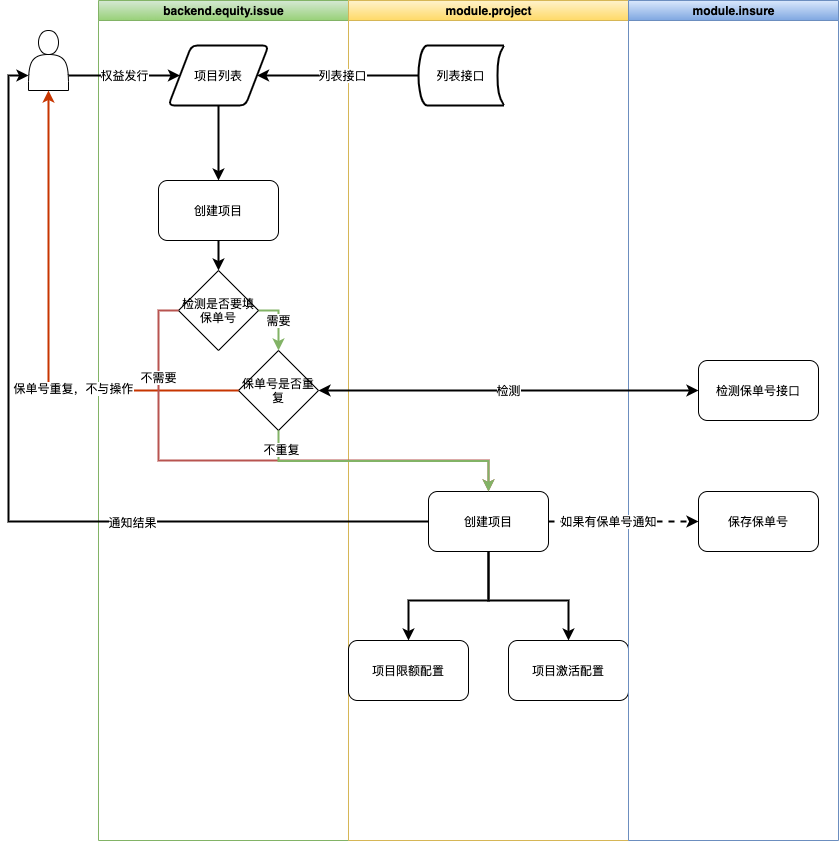
Before: 发行.png, a diagram exported from draw.io (zuoqiang320/uniondrug). Source tidied: cells renumbered, new cells last; positions are measured from the earlier drawing's top-left corner, leaving out a move shared by most shapes. Source of this version:
```xml
<mxGraphModel>
  <root>
    <mxCell id="0" />
    <mxCell id="1" parent="0" />
    <mxCell id="2" value="backend.equity.issue" style="swimlane;startSize=20;html=1;fillColor=#d5e8d4;strokeColor=#82b366;gradientColor=#97d077;" parent="1" vertex="1">
      <mxGeometry x="70" width="250" height="840" as="geometry" />
    </mxCell>
    <mxCell id="3" style="edgeStyle=orthogonalEdgeStyle;rounded=0;jettySize=auto;html=1;exitX=0.5;exitY=1;exitDx=0;exitDy=0;entryX=0.5;entryY=0;entryDx=0;entryDy=0;startSize=20;strokeWidth=2;" parent="2" edge="1" source="4" target="6">
      <mxGeometry relative="1" as="geometry" />
    </mxCell>
    <mxCell id="4" value="项目列表" style="shape=parallelogram;html=1;strokeWidth=2;perimeter=parallelogramPerimeter;whiteSpace=wrap;rounded=1;arcSize=12;size=0.23;startSize=20;" parent="2" vertex="1">
      <mxGeometry x="70" y="45" width="100" height="60" as="geometry" />
    </mxCell>
    <mxCell id="5" style="edgeStyle=orthogonalEdgeStyle;rounded=0;jettySize=auto;html=1;exitX=0.5;exitY=1;exitDx=0;exitDy=0;startSize=20;strokeWidth=2;" parent="2" edge="1" source="6" target="8">
      <mxGeometry relative="1" as="geometry" />
    </mxCell>
    <mxCell id="6" value="创建项目" style="rounded=1;whiteSpace=wrap;html=1;startSize=20;" parent="2" vertex="1">
      <mxGeometry x="60" y="180" width="120" height="60" as="geometry" />
    </mxCell>
    <mxCell id="7" value="需要" style="edgeStyle=orthogonalEdgeStyle;rounded=0;jettySize=auto;html=1;exitX=1;exitY=0.5;exitDx=0;exitDy=0;entryX=0.5;entryY=0;entryDx=0;entryDy=0;startSize=20;strokeWidth=2;fillColor=#d5e8d4;strokeColor=#82b366;" parent="2" edge="1" source="8" target="9">
      <mxGeometry relative="1" as="geometry" />
    </mxCell>
    <mxCell id="8" value="检测是否要填保单号" style="rhombus;whiteSpace=wrap;html=1;startSize=20;" parent="2" vertex="1">
      <mxGeometry x="80" y="270" width="80" height="80" as="geometry" />
    </mxCell>
    <mxCell id="9" value="保单号是否重复" style="rhombus;whiteSpace=wrap;html=1;startSize=20;" parent="2" vertex="1">
      <mxGeometry x="140" y="350" width="80" height="80" as="geometry" />
    </mxCell>
    <mxCell id="10" value="module.project" style="swimlane;startSize=20;html=1;fillColor=#fff2cc;strokeColor=#d6b656;gradientColor=#ffd966;" parent="1" vertex="1">
      <mxGeometry x="320" width="280" height="840" as="geometry" />
    </mxCell>
    <mxCell id="11" value="列表接口" style="strokeWidth=2;html=1;shape=mxgraph.flowchart.stored_data;whiteSpace=wrap;startSize=20;" parent="10" vertex="1">
      <mxGeometry x="70" y="45" width="85" height="60" as="geometry" />
    </mxCell>
    <mxCell id="12" style="edgeStyle=orthogonalEdgeStyle;rounded=0;jettySize=auto;html=1;exitX=0.5;exitY=1;exitDx=0;exitDy=0;entryX=0.5;entryY=0;entryDx=0;entryDy=0;startArrow=none;startFill=0;startSize=20;strokeWidth=2;" parent="10" edge="1" source="14" target="15">
      <mxGeometry relative="1" as="geometry">
        <Array as="points">
          <mxPoint x="140" y="600" />
          <mxPoint x="60" y="600" />
        </Array>
      </mxGeometry>
    </mxCell>
    <mxCell id="13" style="edgeStyle=orthogonalEdgeStyle;rounded=0;jettySize=auto;html=1;exitX=0.5;exitY=1;exitDx=0;exitDy=0;entryX=0.5;entryY=0;entryDx=0;entryDy=0;startArrow=none;startFill=0;startSize=20;strokeWidth=2;" parent="10" edge="1" source="14" target="16">
      <mxGeometry relative="1" as="geometry">
        <Array as="points">
          <mxPoint x="140" y="600" />
          <mxPoint x="220" y="600" />
        </Array>
      </mxGeometry>
    </mxCell>
    <mxCell id="14" value="创建项目" style="rounded=1;whiteSpace=wrap;html=1;startSize=20;" parent="10" vertex="1">
      <mxGeometry x="80" y="491" width="120" height="60" as="geometry" />
    </mxCell>
    <mxCell id="15" value="项目限额配置" style="rounded=1;whiteSpace=wrap;html=1;startSize=20;" parent="10" vertex="1">
      <mxGeometry y="640" width="120" height="60" as="geometry" />
    </mxCell>
    <mxCell id="16" value="项目激活配置" style="rounded=1;whiteSpace=wrap;html=1;startSize=20;" parent="10" vertex="1">
      <mxGeometry x="160" y="640" width="120" height="60" as="geometry" />
    </mxCell>
    <mxCell id="17" value="权益发行" style="edgeStyle=orthogonalEdgeStyle;rounded=0;jettySize=auto;html=1;exitX=1;exitY=0.75;exitDx=0;exitDy=0;startSize=20;strokeWidth=2;" parent="1" edge="1" source="18" target="4">
      <mxGeometry relative="1" as="geometry" />
    </mxCell>
    <mxCell id="18" style="shape=actor;whiteSpace=wrap;html=1;startSize=20;" parent="1" vertex="1">
      <mxGeometry y="30" width="40" height="60" as="geometry" />
    </mxCell>
    <mxCell id="19" style="edgeStyle=orthogonalEdgeStyle;rounded=0;jettySize=auto;html=1;exitX=0;exitY=0.5;exitDx=0;exitDy=0;exitPerimeter=0;entryX=1;entryY=0.5;entryDx=0;entryDy=0;startSize=20;strokeWidth=2;" parent="1" edge="1" source="11" target="4">
      <mxGeometry relative="1" as="geometry" />
    </mxCell>
    <mxCell id="20" value="列表接口" style="edgeLabel;html=1;align=center;verticalAlign=middle;" parent="19" vertex="1">
      <mxGeometry x="-0.04" y="-1" relative="1" as="geometry" />
    </mxCell>
    <mxCell id="21" value="module.insure" style="swimlane;startSize=20;html=1;fillColor=#dae8fc;strokeColor=#6c8ebf;gradientColor=#7ea6e0;" parent="1" vertex="1">
      <mxGeometry x="600" width="210" height="840" as="geometry" />
    </mxCell>
    <mxCell id="22" value="检测保单号接口" style="rounded=1;whiteSpace=wrap;html=1;startSize=20;" parent="21" vertex="1">
      <mxGeometry x="70" y="360" width="120" height="60" as="geometry" />
    </mxCell>
    <mxCell id="23" value="保存保单号" style="rounded=1;whiteSpace=wrap;html=1;startSize=20;" parent="21" vertex="1">
      <mxGeometry x="70" y="491" width="120" height="60" as="geometry" />
    </mxCell>
    <mxCell id="24" value="检测" style="endArrow=classic;startArrow=classic;html=1;strokeWidth=2;exitX=1;exitY=0.5;exitDx=0;exitDy=0;" parent="1" edge="1" source="9" target="22">
      <mxGeometry relative="1" as="geometry" />
    </mxCell>
    <mxCell id="25" style="edgeStyle=orthogonalEdgeStyle;rounded=0;jettySize=auto;html=1;exitX=0;exitY=0.5;exitDx=0;exitDy=0;entryX=0.5;entryY=1;entryDx=0;entryDy=0;startArrow=none;startFill=0;startSize=20;strokeWidth=2;fillColor=#fa6800;strokeColor=#C73500;" parent="1" edge="1" source="9" target="18">
      <mxGeometry relative="1" as="geometry" />
    </mxCell>
    <mxCell id="26" value="保单号重复，不与操作" style="edgeLabel;html=1;align=center;verticalAlign=middle;" parent="25" vertex="1">
      <mxGeometry x="-0.32" y="-3" relative="1" as="geometry" />
    </mxCell>
    <mxCell id="27" style="edgeStyle=orthogonalEdgeStyle;rounded=0;jettySize=auto;html=1;exitX=0;exitY=0.5;exitDx=0;exitDy=0;entryX=0.5;entryY=0;entryDx=0;entryDy=0;startArrow=none;startFill=0;startSize=20;strokeWidth=2;fillColor=#f8cecc;strokeColor=#b85450;" parent="1" edge="1" source="8" target="14">
      <mxGeometry relative="1" as="geometry">
        <Array as="points">
          <mxPoint x="130" y="310" />
          <mxPoint x="130" y="460" />
          <mxPoint x="460" y="460" />
        </Array>
      </mxGeometry>
    </mxCell>
    <mxCell id="28" value="不需要" style="edgeLabel;html=1;align=center;verticalAlign=middle;" parent="27" vertex="1">
      <mxGeometry x="-0.68" y="-1" relative="1" as="geometry" />
    </mxCell>
    <mxCell id="29" style="edgeStyle=orthogonalEdgeStyle;rounded=0;jettySize=auto;html=1;exitX=0.5;exitY=1;exitDx=0;exitDy=0;entryX=0.5;entryY=0;entryDx=0;entryDy=0;startArrow=none;startFill=0;startSize=20;strokeWidth=2;fillColor=#d5e8d4;strokeColor=#82b366;" parent="1" edge="1" source="9" target="14">
      <mxGeometry relative="1" as="geometry" />
    </mxCell>
    <mxCell id="30" value="不重复" style="edgeLabel;html=1;align=center;verticalAlign=middle;" parent="29" vertex="1">
      <mxGeometry x="-0.86" y="2" relative="1" as="geometry" />
    </mxCell>
    <mxCell id="31" style="edgeStyle=orthogonalEdgeStyle;rounded=0;jettySize=auto;html=1;exitX=0;exitY=0.5;exitDx=0;exitDy=0;entryX=0;entryY=0.75;entryDx=0;entryDy=0;startArrow=none;startFill=0;startSize=20;strokeWidth=2;" parent="1" edge="1" source="14" target="18">
      <mxGeometry relative="1" as="geometry" />
    </mxCell>
    <mxCell id="32" value="通知结果" style="edgeLabel;html=1;align=center;verticalAlign=middle;" parent="31" vertex="1">
      <mxGeometry x="-0.33" relative="1" as="geometry" />
    </mxCell>
    <mxCell id="33" style="edgeStyle=orthogonalEdgeStyle;rounded=0;jettySize=auto;html=1;exitX=1;exitY=0.5;exitDx=0;exitDy=0;entryX=0;entryY=0.5;entryDx=0;entryDy=0;startArrow=none;startFill=0;startSize=20;strokeWidth=2;dashed=1;" parent="1" edge="1" source="14" target="23">
      <mxGeometry relative="1" as="geometry" />
    </mxCell>
    <mxCell id="34" value="如果有保单号通知" style="edgeLabel;html=1;align=center;verticalAlign=middle;" parent="33" vertex="1">
      <mxGeometry x="-0.21" y="1" relative="1" as="geometry" />
    </mxCell>
  </root>
</mxGraphModel>
```
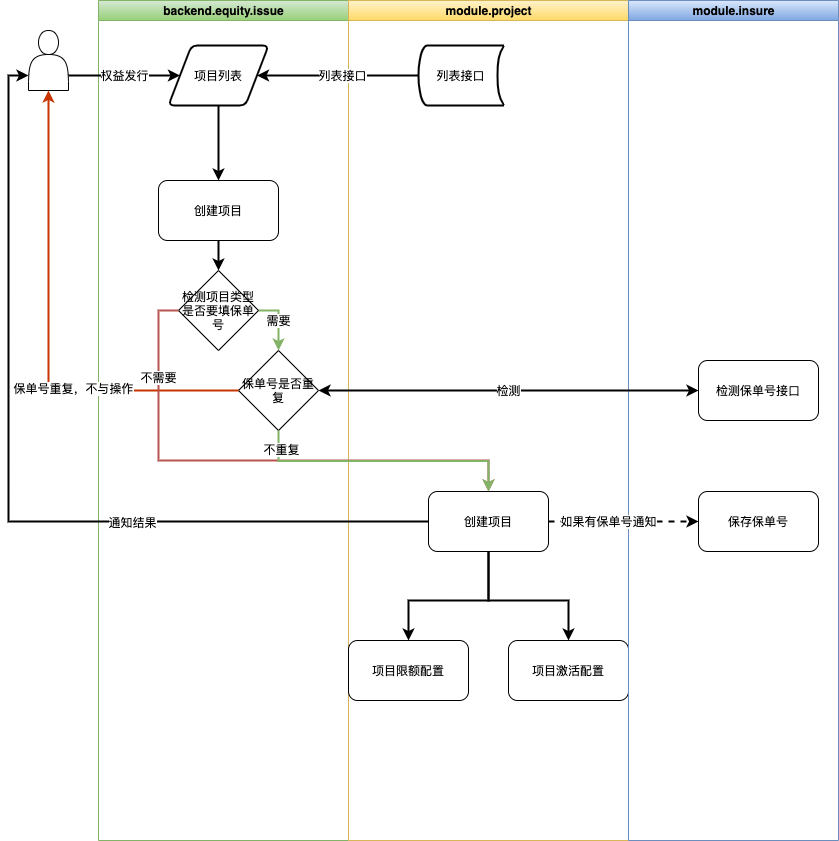
Above is the later version.

What changed in the source:
```diff
@@ -20,7 +20,7 @@
     <mxCell id="7" value="需要" style="edgeStyle=orthogonalEdgeStyle;rounded=0;jettySize=auto;html=1;exitX=1;exitY=0.5;exitDx=0;exitDy=0;entryX=0.5;entryY=0;entryDx=0;entryDy=0;startSize=20;strokeWidth=2;fillColor=#d5e8d4;strokeColor=#82b366;" parent="2" edge="1" source="8" target="9">
       <mxGeometry relative="1" as="geometry" />
     </mxCell>
-    <mxCell id="8" value="检测是否要填保单号" style="rhombus;whiteSpace=wrap;html=1;startSize=20;" parent="2" vertex="1">
+    <mxCell id="8" value="检测项目类型是否要填保单号" style="rhombus;whiteSpace=wrap;html=1;startSize=20;" parent="2" vertex="1">
       <mxGeometry x="80" y="270" width="80" height="80" as="geometry" />
     </mxCell>
     <mxCell id="9" value="保单号是否重复" style="rhombus;whiteSpace=wrap;html=1;startSize=20;" parent="2" vertex="1">
```
